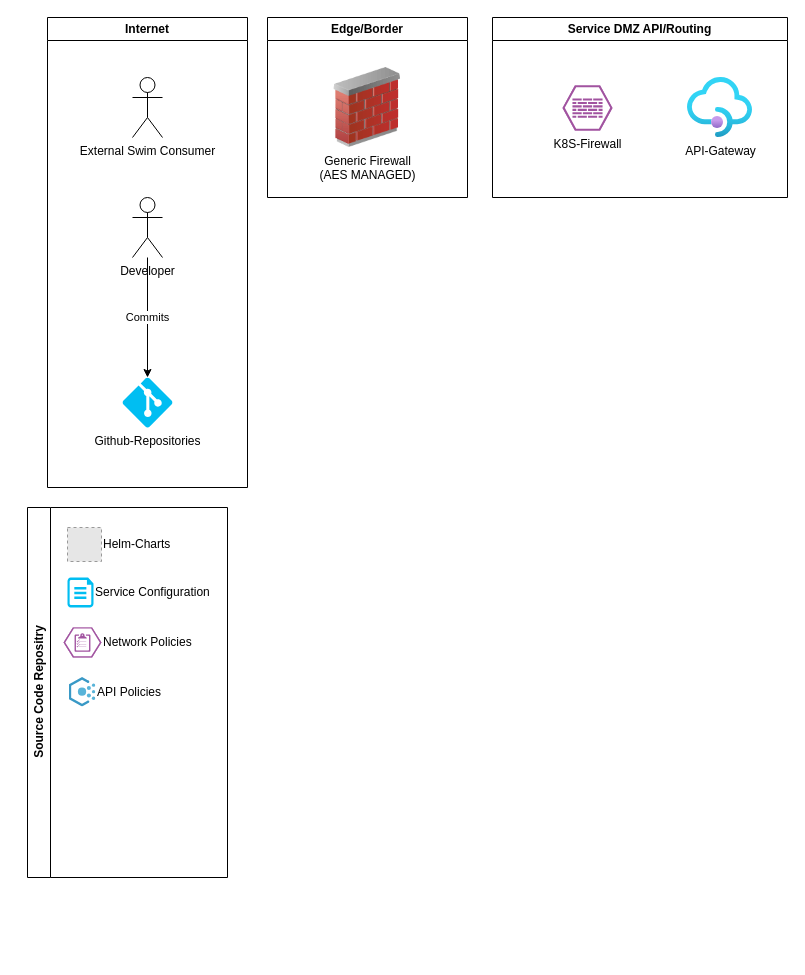
The draw.io diagram Unbenanntes Diagramm.drawio in B4S71/drawio-swim, before the edit. Source tidied: cells renumbered, new cells numbered last; positions are measured from the earlier drawing's top-left corner, leaving out a move shared by most shapes. Both pictures are drawn from the tidied source at 100%, with x=0, y=0 at pixel (27, 17). Pictures stored in the file or linked from it are replaced by grey dashed boxes.
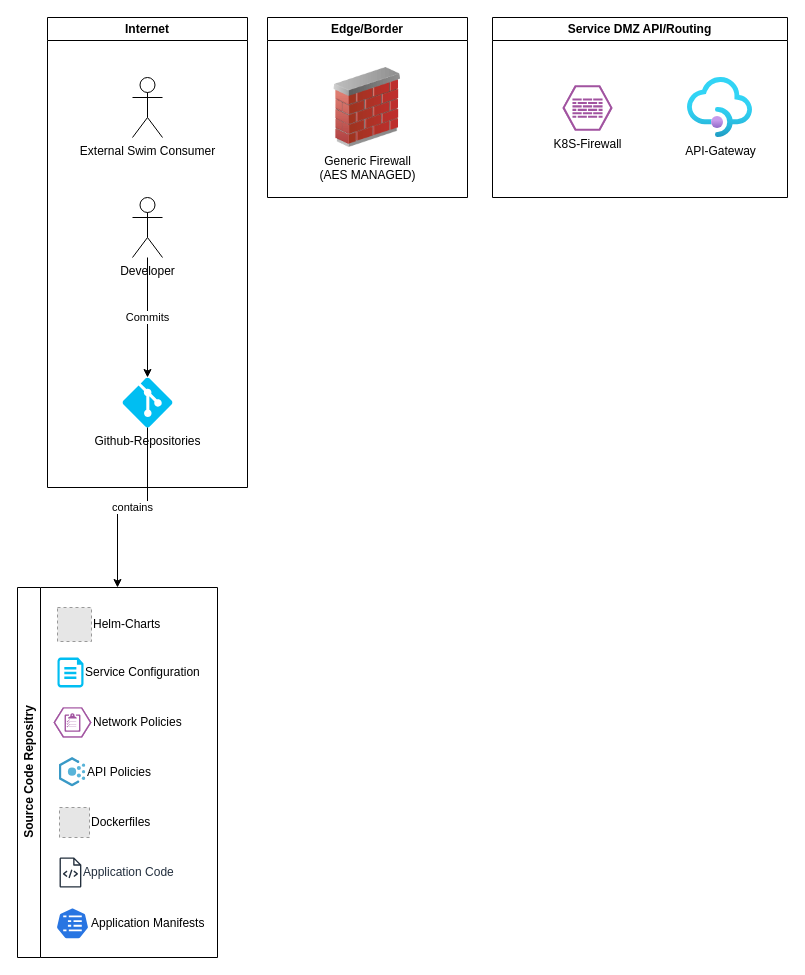
The same page after the edit.

The change refers to these unchanged cells:
```xml
<mxCell id="4" value="Github-Repositories" style="verticalLabelPosition=bottom;html=1;verticalAlign=top;align=center;strokeColor=none;fillColor=#00BEF2;shape=mxgraph.azure.git_repository;" parent="2" vertex="1">
  <mxGeometry x="75" y="360" width="50" height="50" as="geometry" />
</mxCell>
```

Diff of the diagram source:
```diff
@@
     <mxCell id="12" value="Source Code Repositry" style="swimlane;horizontal=0;whiteSpace=wrap;html=1;" parent="1" vertex="1">
-      <mxGeometry y="490" width="200" height="370" as="geometry" />
+      <mxGeometry x="-10" y="570" width="200" height="370" as="geometry" />
     </mxCell>
@@
+    <mxCell id="17" value="Dockerfiles" style="fillColor=#E6E6E6;strokeColor=#999999;dashed=1;html=1;verticalAlign=middle;verticalLabelPosition=middle;labelBackgroundColor=#ffffff;labelPosition=right;align=left;" parent="12" vertex="1">
+      <mxGeometry x="42" y="220" width="30" height="30" as="geometry" />
+    </mxCell>
+    <mxCell id="18" value="Application Code" style="sketch=0;fontColor=#232F3E;gradientColor=none;fillColor=#232F3D;strokeColor=none;dashed=0;verticalLabelPosition=middle;verticalAlign=middle;align=left;html=1;fontSize=12;fontStyle=0;shape=mxgraph.aws4.source_code;labelPosition=right;" parent="12" vertex="1">
+      <mxGeometry x="42" y="270" width="21.9" height="30" as="geometry" />
+    </mxCell>
+    <mxCell id="19" value="Application Manifests" style="sketch=0;html=1;dashed=0;whitespace=wrap;verticalLabelPosition=middle;verticalAlign=middle;fillColor=#2875E2;strokeColor=#ffffff;shape=mxgraph.kubernetes.icon2;prIcon=cm;labelPosition=right;align=left;" parent="12" vertex="1">
+      <mxGeometry x="38.4" y="320" width="33.2" height="31.8" as="geometry" />
+    </mxCell>
+    <mxCell id="20" value="contains" style="edgeStyle=orthogonalEdgeStyle;rounded=0;jettySize=auto;html=1;entryX=0.5;entryY=0;entryDx=0;entryDy=0;" parent="1" edge="1" source="4" target="12">
+      <mxGeometry relative="1" as="geometry" />
+    </mxCell>
```
